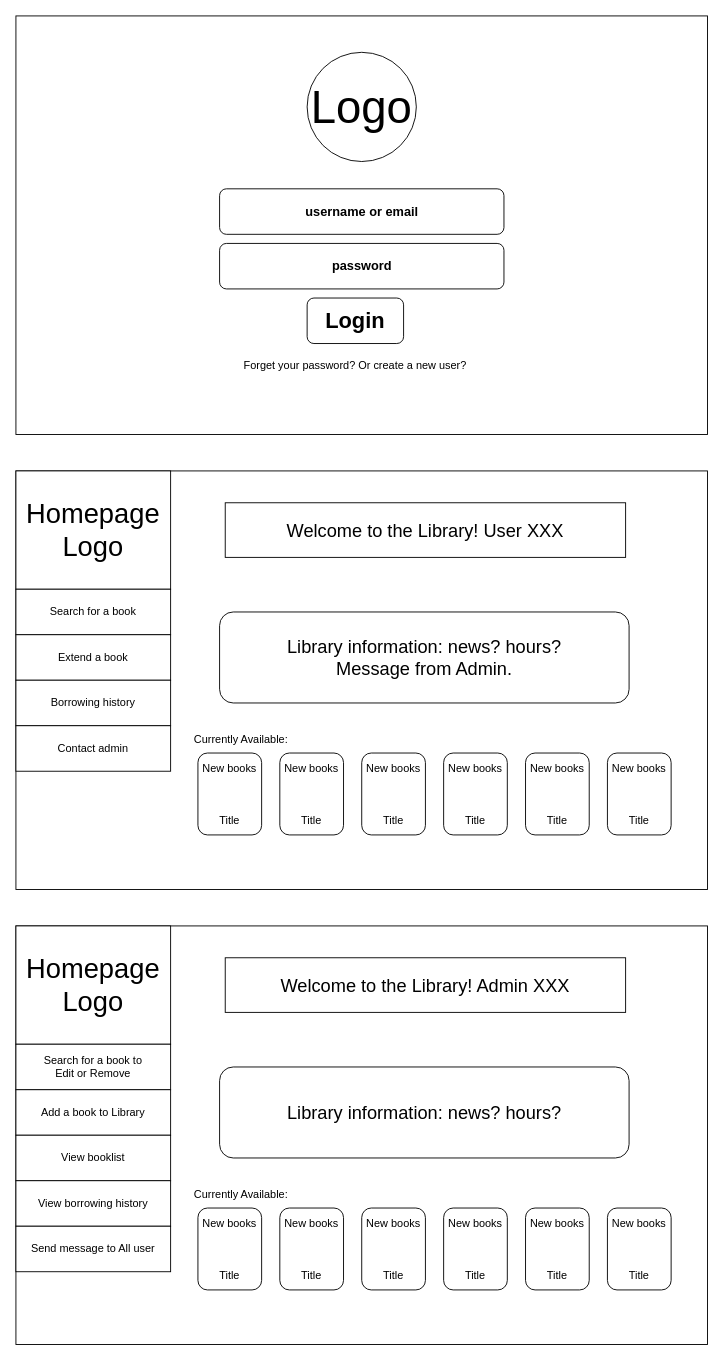
Earlier version of the draw.io diagram login and homepage.drawio (cklukas16/library-project). Source tidied: cells renumbered, new cells numbered last; positions are measured from the earlier drawing's top-left corner, leaving out a move shared by most shapes. Both pictures are drawn from the tidied source at 91%, with x=0, y=0 at pixel (15, 15).
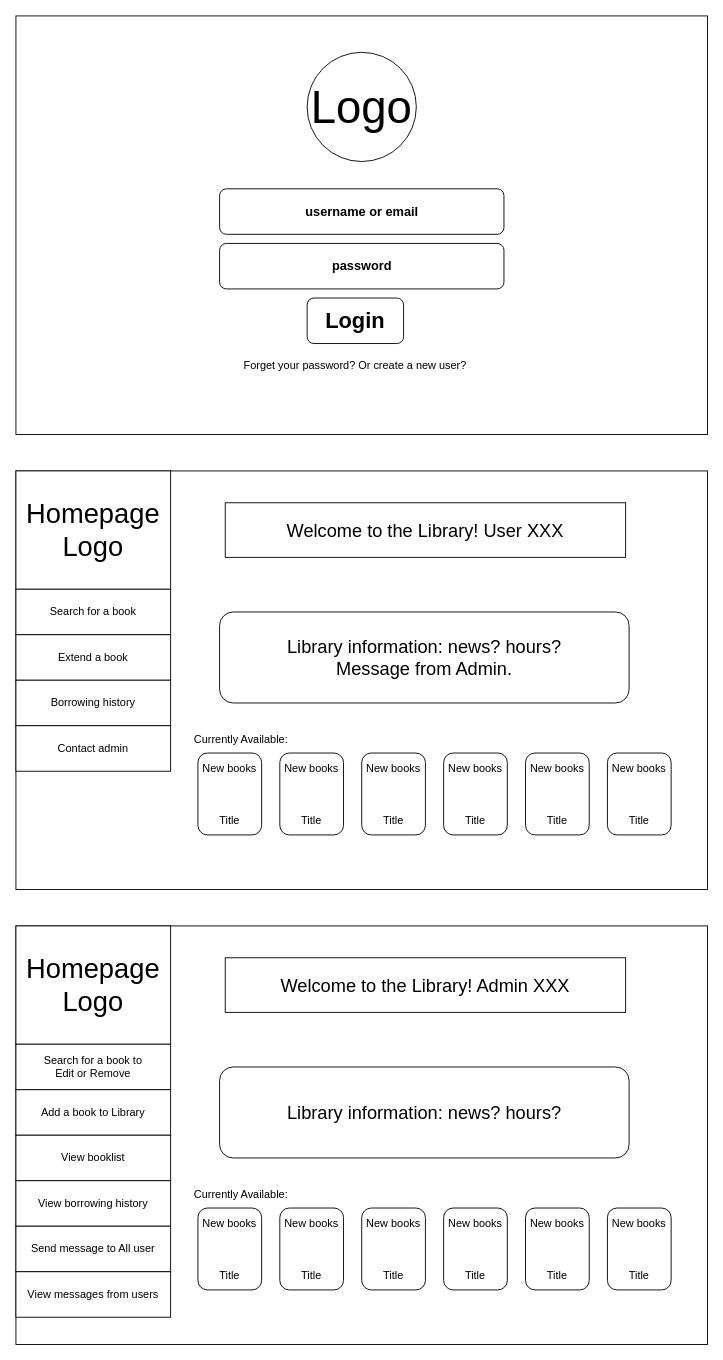
The same page after the edit.

Diff of the diagram source:
```diff
@@
+    <mxCell id="39" value="View messages from users" style="rounded=0;whiteSpace=wrap;html=1;" parent="1" vertex="1">
+      <mxGeometry y="1380" width="170" height="50" as="geometry" />
+    </mxCell>
```
